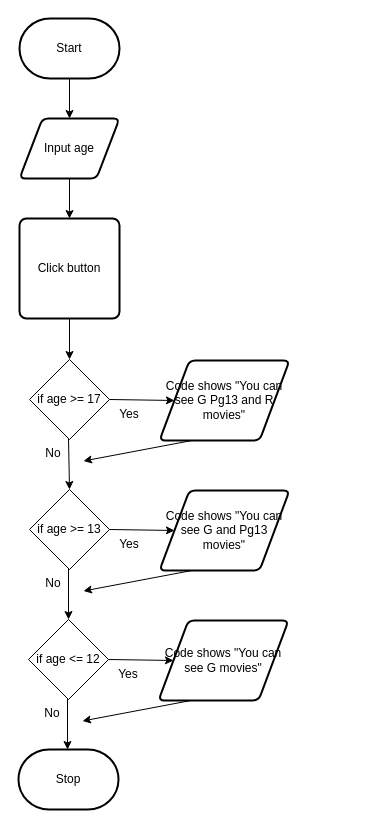
Earlier version of the draw.io diagram design/flow-chart.drawio (ekaterina-chernykh/ICS20-Unit-5-03). Source tidied: cells renumbered, new cells numbered last; positions are measured from the earlier drawing's top-left corner, leaving out a move shared by most shapes. Both pictures are drawn from the tidied source at 100%, with x=0, y=0 at pixel (18, 18).
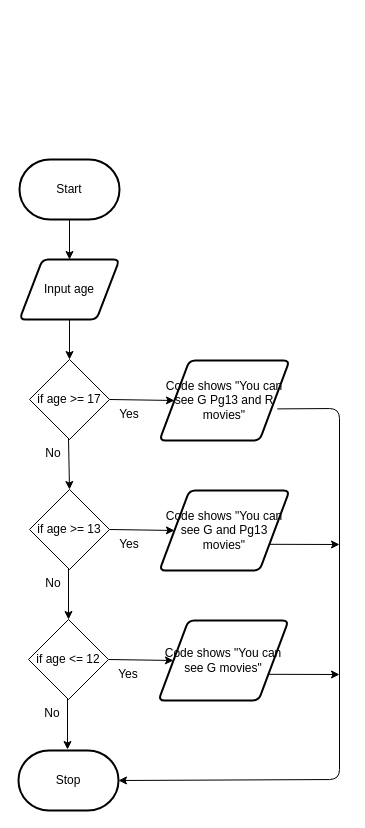
After the change.

Unchanged cells that the change refers to:
```xml
<mxCell id="10" value="if age &amp;gt;= 17" style="rhombus;whiteSpace=wrap;html=1;" parent="1" vertex="1">
  <mxGeometry x="11" y="341" width="80" height="80" as="geometry" />
</mxCell>
<mxCell id="12" value="Code shows &quot;You can see G Pg13 and R movies&quot;" style="shape=parallelogram;html=1;strokeWidth=2;perimeter=parallelogramPerimeter;whiteSpace=wrap;rounded=1;arcSize=12;size=0.23;" parent="1" vertex="1">
  <mxGeometry x="141" y="342" width="130" height="80" as="geometry" />
</mxCell>
<mxCell id="15" value="No" style="text;html=1;strokeColor=none;fillColor=none;align=center;verticalAlign=middle;whiteSpace=wrap;rounded=0;" parent="1" vertex="1">
  <mxGeometry x="5" y="420" width="60" height="30" as="geometry" />
</mxCell>
<mxCell id="19" value="Code shows &quot;You can see G and Pg13 movies&quot;" style="shape=parallelogram;html=1;strokeWidth=2;perimeter=parallelogramPerimeter;whiteSpace=wrap;rounded=1;arcSize=12;size=0.23;" parent="1" vertex="1">
  <mxGeometry x="141" y="472" width="130" height="80" as="geometry" />
</mxCell>
<mxCell id="22" value="No" style="text;html=1;strokeColor=none;fillColor=none;align=center;verticalAlign=middle;whiteSpace=wrap;rounded=0;" parent="1" vertex="1">
  <mxGeometry x="5" y="550" width="60" height="30" as="geometry" />
</mxCell>
<mxCell id="26" value="Code shows &quot;You can see G movies&quot;" style="shape=parallelogram;html=1;strokeWidth=2;perimeter=parallelogramPerimeter;whiteSpace=wrap;rounded=1;arcSize=12;size=0.23;" parent="1" vertex="1">
  <mxGeometry x="140" y="602" width="130" height="80" as="geometry" />
</mxCell>
<mxCell id="29" value="No" style="text;html=1;strokeColor=none;fillColor=none;align=center;verticalAlign=middle;whiteSpace=wrap;rounded=0;" parent="1" vertex="1">
  <mxGeometry x="4" y="680" width="60" height="30" as="geometry" />
</mxCell>
```

Diff of the diagram source:
```diff
@@
     <mxCell id="3" value="Start" style="strokeWidth=2;html=1;shape=mxgraph.flowchart.terminator;whiteSpace=wrap;" parent="1" vertex="1">
-      <mxGeometry x="1" width="100" height="60" as="geometry" />
+      <mxGeometry x="1" y="141" width="100" height="60" as="geometry" />
     </mxCell>
-    <mxCell id="4" style="edgeStyle=none;html=1;" parent="1" edge="1" source="5" target="7">
-      <mxGeometry relative="1" as="geometry" />
+    <mxCell id="4" style="edgeStyle=none;html=1;" parent="1" edge="1" source="5">
+      <mxGeometry relative="1" as="geometry">
+        <mxPoint x="51" y="341" as="targetPoint" />
+      </mxGeometry>
     </mxCell>
     <mxCell id="5" value="Input age" style="shape=parallelogram;html=1;strokeWidth=2;perimeter=parallelogramPerimeter;whiteSpace=wrap;rounded=1;arcSize=12;size=0.23;" parent="1" vertex="1">
-      <mxGeometry x="1" y="100" width="100" height="60" as="geometry" />
+      <mxGeometry x="1" y="241" width="100" height="60" as="geometry" />
     </mxCell>
-    <mxCell id="6" style="edgeStyle=none;html=1;exitX=0.5;exitY=1;exitDx=0;exitDy=0;entryX=0.5;entryY=0;entryDx=0;entryDy=0;" parent="1" edge="1" source="7" target="10">
-      <mxGeometry relative="1" as="geometry" />
-    </mxCell>
-    <mxCell id="7" value="Click button" style="rounded=1;whiteSpace=wrap;html=1;absoluteArcSize=1;arcSize=14;strokeWidth=2;" parent="1" vertex="1">
-      <mxGeometry x="1" y="200" width="100" height="100" as="geometry" />
-    </mxCell>
     <mxCell id="8" value="Stop" style="strokeWidth=2;html=1;shape=mxgraph.flowchart.terminator;whiteSpace=wrap;" parent="1" vertex="1">
-      <mxGeometry y="731" width="100" height="60" as="geometry" />
+      <mxGeometry y="732" width="100" height="60" as="geometry" />
     </mxCell>
@@
-    <mxCell id="11" style="edgeStyle=none;html=1;exitX=0.25;exitY=1;exitDx=0;exitDy=0;entryX=1;entryY=0.75;entryDx=0;entryDy=0;" parent="1" edge="1" source="12" target="15">
-      <mxGeometry relative="1" as="geometry" />
+    <mxCell id="11" style="edgeStyle=none;html=1;exitX=0.906;exitY=0.605;exitDx=0;exitDy=0;exitPerimeter=0;entryX=1;entryY=0.5;entryDx=0;entryDy=0;entryPerimeter=0;" parent="1" edge="1" source="12" target="8">
+      <mxGeometry relative="1" as="geometry">
+        <Array as="points">
+          <mxPoint x="321" y="390" />
+          <mxPoint x="321" y="761" />
+        </Array>
+      </mxGeometry>
     </mxCell>
@@
-    <mxCell id="18" style="edgeStyle=none;html=1;exitX=0.25;exitY=1;exitDx=0;exitDy=0;entryX=1;entryY=0.75;entryDx=0;entryDy=0;" parent="1" edge="1" source="19" target="22">
-      <mxGeometry relative="1" as="geometry" />
+    <mxCell id="18" style="edgeStyle=none;html=1;exitX=1;exitY=0.75;exitDx=0;exitDy=0;" parent="1" edge="1" source="19">
+      <mxGeometry relative="1" as="geometry">
+        <mxPoint x="321" y="526" as="targetPoint" />
+      </mxGeometry>
     </mxCell>
@@
-    <mxCell id="25" style="edgeStyle=none;html=1;exitX=0.25;exitY=1;exitDx=0;exitDy=0;entryX=1;entryY=0.75;entryDx=0;entryDy=0;" parent="1" edge="1" source="26" target="29">
-      <mxGeometry relative="1" as="geometry" />
+    <mxCell id="25" style="edgeStyle=none;html=1;exitX=1;exitY=0.75;exitDx=0;exitDy=0;" parent="1" edge="1" source="26">
+      <mxGeometry relative="1" as="geometry">
+        <mxPoint x="321" y="656" as="targetPoint" />
+      </mxGeometry>
     </mxCell>
```
